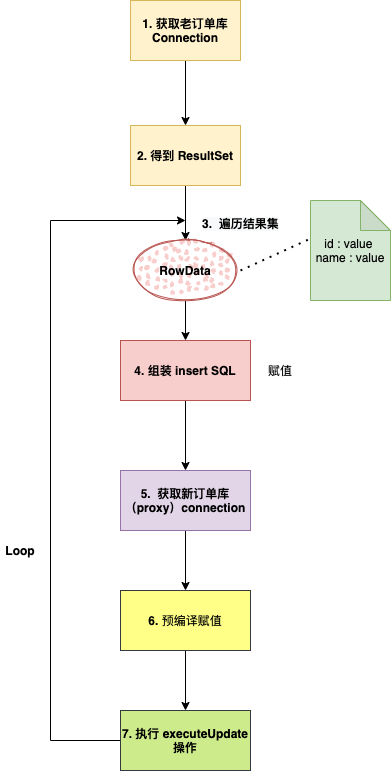
Before: pics/sharding/fullsyncliuchengtu.png, a diagram exported from draw.io (makemyownlife/makemyownlife.github.io). Source tidied: cells renumbered, new cells last; positions are measured from the earlier drawing's top-left corner, leaving out a move shared by most shapes. The source it was exported from:
```xml
<mxGraphModel>
  <root>
    <mxCell id="0" />
    <mxCell id="1" parent="0" />
    <mxCell id="2" style="edgeStyle=orthogonalEdgeStyle;rounded=0;jettySize=auto;html=1;" parent="1" edge="1" source="3" target="5">
      <mxGeometry relative="1" as="geometry" />
    </mxCell>
    <mxCell id="3" value="&lt;b&gt;2. 得到 ResultSet&lt;/b&gt;" style="rounded=0;whiteSpace=wrap;html=1;fillColor=#fff2cc;strokeColor=#d6b656;" parent="1" vertex="1">
      <mxGeometry x="130" y="125" width="110" height="60" as="geometry" />
    </mxCell>
    <mxCell id="4" style="edgeStyle=orthogonalEdgeStyle;rounded=0;jettySize=auto;html=1;" parent="1" edge="1" source="5" target="8">
      <mxGeometry relative="1" as="geometry" />
    </mxCell>
    <mxCell id="5" value="&lt;b&gt;RowData&lt;/b&gt;" style="ellipse;whiteSpace=wrap;html=1;strokeWidth=1;fillWeight=2;hachureGap=8;fillColor=#f8cecc;fillStyle=dots;sketch=1;strokeColor=#b85450;" parent="1" vertex="1">
      <mxGeometry x="135" y="240" width="100" height="60" as="geometry" />
    </mxCell>
    <mxCell id="6" value="&lt;span style=&quot;color: rgb(0 , 0 , 0) ; font-family: &amp;#34;helvetica&amp;#34; ; font-size: 12px ; font-style: normal ; letter-spacing: normal ; text-align: center ; text-indent: 0px ; text-transform: none ; word-spacing: 0px ; background-color: rgb(248 , 249 , 250) ; display: inline ; float: none&quot;&gt;&lt;b&gt;3.&amp;nbsp; 遍历结果集&lt;/b&gt;&lt;/span&gt;" style="text;whiteSpace=wrap;html=1;" parent="1" vertex="1">
      <mxGeometry x="200" y="210" width="110" height="30" as="geometry" />
    </mxCell>
    <mxCell id="7" style="edgeStyle=orthogonalEdgeStyle;rounded=0;jettySize=auto;html=1;entryX=0.5;entryY=0;entryDx=0;entryDy=0;" parent="1" edge="1" source="8" target="15">
      <mxGeometry relative="1" as="geometry" />
    </mxCell>
    <mxCell id="8" value="&lt;b&gt;4. 组装 insert SQL&lt;/b&gt;" style="rounded=0;whiteSpace=wrap;html=1;fillColor=#f8cecc;strokeColor=#b85450;" parent="1" vertex="1">
      <mxGeometry x="120" y="340" width="130" height="60" as="geometry" />
    </mxCell>
    <mxCell id="9" value="赋值" style="text;html=1;strokeColor=none;fillColor=none;align=center;verticalAlign=middle;whiteSpace=wrap;rounded=0;" parent="1" vertex="1">
      <mxGeometry x="260" y="360" width="40" height="20" as="geometry" />
    </mxCell>
    <mxCell id="10" style="edgeStyle=orthogonalEdgeStyle;rounded=0;jettySize=auto;html=1;entryX=0.5;entryY=0;entryDx=0;entryDy=0;" parent="1" edge="1" source="11" target="3">
      <mxGeometry relative="1" as="geometry" />
    </mxCell>
    <mxCell id="11" value="&lt;b&gt;1. 获取老订单库 Connection&lt;/b&gt;" style="rounded=0;whiteSpace=wrap;html=1;fillColor=#fff2cc;strokeColor=#d6b656;" parent="1" vertex="1">
      <mxGeometry x="130" width="110" height="60" as="geometry" />
    </mxCell>
    <mxCell id="12" value="&lt;span&gt;id : value&amp;nbsp;&lt;/span&gt;&lt;br&gt;&lt;span&gt;name : value&lt;/span&gt;" style="shape=note;whiteSpace=wrap;html=1;backgroundOutline=1;darkOpacity=0.05;fillColor=#d5e8d4;strokeColor=#82b366;" parent="1" vertex="1">
      <mxGeometry x="310" y="200" width="80" height="100" as="geometry" />
    </mxCell>
    <mxCell id="13" style="endArrow=none;dashed=1;html=1;dashPattern=1 3;strokeWidth=2;entryX=-0.025;entryY=0.39;entryDx=0;entryDy=0;entryPerimeter=0;" parent="1" edge="1" target="12">
      <mxGeometry relative="1" as="geometry">
        <mxPoint x="240" y="270" as="sourcePoint" />
      </mxGeometry>
    </mxCell>
    <mxCell id="14" style="edgeStyle=orthogonalEdgeStyle;rounded=0;jettySize=auto;html=1;" parent="1" edge="1" source="15" target="17">
      <mxGeometry relative="1" as="geometry" />
    </mxCell>
    <mxCell id="15" value="&lt;b&gt;5.&amp;nbsp; 获取新订单库（proxy）connection&lt;/b&gt;" style="rounded=0;whiteSpace=wrap;html=1;fillColor=#e1d5e7;strokeColor=#9673a6;" parent="1" vertex="1">
      <mxGeometry x="120" y="470" width="130" height="60" as="geometry" />
    </mxCell>
    <mxCell id="16" style="edgeStyle=orthogonalEdgeStyle;rounded=0;jettySize=auto;html=1;entryX=0.5;entryY=0;entryDx=0;entryDy=0;" parent="1" edge="1" source="17" target="19">
      <mxGeometry relative="1" as="geometry" />
    </mxCell>
    <mxCell id="17" value="&lt;b&gt;6.&amp;nbsp;&lt;/b&gt;预编译赋值" style="rounded=0;whiteSpace=wrap;html=1;fillColor=#ffff88;strokeColor=#36393d;" parent="1" vertex="1">
      <mxGeometry x="120" y="590" width="130" height="60" as="geometry" />
    </mxCell>
    <mxCell id="18" style="edgeStyle=orthogonalEdgeStyle;rounded=0;jettySize=auto;html=1;" parent="1" edge="1" source="19">
      <mxGeometry relative="1" as="geometry">
        <mxPoint x="185" y="220" as="targetPoint" />
        <Array as="points">
          <mxPoint x="50" y="740" />
          <mxPoint x="50" y="220" />
        </Array>
      </mxGeometry>
    </mxCell>
    <mxCell id="19" value="&lt;b&gt;7. 执行 executeUpdate操作&lt;/b&gt;" style="rounded=0;whiteSpace=wrap;html=1;fillColor=#cdeb8b;strokeColor=#36393d;" parent="1" vertex="1">
      <mxGeometry x="120" y="710" width="130" height="60" as="geometry" />
    </mxCell>
    <mxCell id="20" value="&lt;b&gt;Loop&lt;/b&gt;" style="text;html=1;strokeColor=none;fillColor=none;align=center;verticalAlign=middle;whiteSpace=wrap;rounded=0;" parent="1" vertex="1">
      <mxGeometry y="540" width="40" height="20" as="geometry" />
    </mxCell>
  </root>
</mxGraphModel>
```
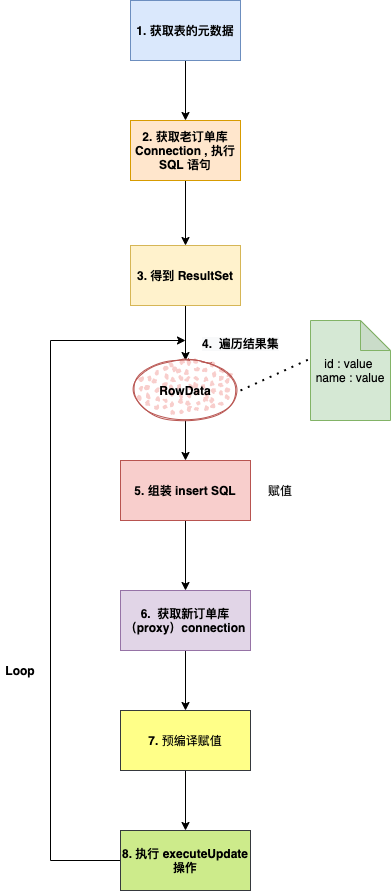
After the commit.

The edit, as a diff of the source:
```diff
@@ -5,7 +5,7 @@
     <mxCell id="2" style="edgeStyle=orthogonalEdgeStyle;rounded=0;jettySize=auto;html=1;" parent="1" edge="1" source="3" target="5">
       <mxGeometry relative="1" as="geometry" />
     </mxCell>
-    <mxCell id="3" value="&lt;b&gt;2. 得到 ResultSet&lt;/b&gt;" style="rounded=0;whiteSpace=wrap;html=1;fillColor=#fff2cc;strokeColor=#d6b656;" parent="1" vertex="1">
+    <mxCell id="3" value="&lt;b&gt;3. 得到 ResultSet&lt;/b&gt;" style="rounded=0;whiteSpace=wrap;html=1;fillColor=#fff2cc;strokeColor=#d6b656;" parent="1" vertex="1">
       <mxGeometry x="130" y="125" width="110" height="60" as="geometry" />
     </mxCell>
     <mxCell id="4" style="edgeStyle=orthogonalEdgeStyle;rounded=0;jettySize=auto;html=1;" parent="1" edge="1" source="5" target="8">
@@ -14,13 +14,13 @@
     <mxCell id="5" value="&lt;b&gt;RowData&lt;/b&gt;" style="ellipse;whiteSpace=wrap;html=1;strokeWidth=1;fillWeight=2;hachureGap=8;fillColor=#f8cecc;fillStyle=dots;sketch=1;strokeColor=#b85450;" parent="1" vertex="1">
       <mxGeometry x="135" y="240" width="100" height="60" as="geometry" />
     </mxCell>
-    <mxCell id="6" value="&lt;span style=&quot;color: rgb(0 , 0 , 0) ; font-family: &amp;#34;helvetica&amp;#34; ; font-size: 12px ; font-style: normal ; letter-spacing: normal ; text-align: center ; text-indent: 0px ; text-transform: none ; word-spacing: 0px ; background-color: rgb(248 , 249 , 250) ; display: inline ; float: none&quot;&gt;&lt;b&gt;3.&amp;nbsp; 遍历结果集&lt;/b&gt;&lt;/span&gt;" style="text;whiteSpace=wrap;html=1;" parent="1" vertex="1">
+    <mxCell id="6" value="&lt;span style=&quot;color: rgb(0 , 0 , 0) ; font-family: &amp;#34;helvetica&amp;#34; ; font-size: 12px ; font-style: normal ; letter-spacing: normal ; text-align: center ; text-indent: 0px ; text-transform: none ; word-spacing: 0px ; background-color: rgb(248 , 249 , 250) ; display: inline ; float: none&quot;&gt;&lt;b&gt;4.&amp;nbsp; 遍历结果集&lt;/b&gt;&lt;/span&gt;" style="text;whiteSpace=wrap;html=1;" parent="1" vertex="1">
       <mxGeometry x="200" y="210" width="110" height="30" as="geometry" />
     </mxCell>
     <mxCell id="7" style="edgeStyle=orthogonalEdgeStyle;rounded=0;jettySize=auto;html=1;entryX=0.5;entryY=0;entryDx=0;entryDy=0;" parent="1" edge="1" source="8" target="15">
       <mxGeometry relative="1" as="geometry" />
     </mxCell>
-    <mxCell id="8" value="&lt;b&gt;4. 组装 insert SQL&lt;/b&gt;" style="rounded=0;whiteSpace=wrap;html=1;fillColor=#f8cecc;strokeColor=#b85450;" parent="1" vertex="1">
+    <mxCell id="8" value="&lt;b&gt;5. 组装 insert SQL&lt;/b&gt;" style="rounded=0;whiteSpace=wrap;html=1;fillColor=#f8cecc;strokeColor=#b85450;" parent="1" vertex="1">
       <mxGeometry x="120" y="340" width="130" height="60" as="geometry" />
     </mxCell>
     <mxCell id="9" value="赋值" style="text;html=1;strokeColor=none;fillColor=none;align=center;verticalAlign=middle;whiteSpace=wrap;rounded=0;" parent="1" vertex="1">
@@ -29,7 +29,7 @@
     <mxCell id="10" style="edgeStyle=orthogonalEdgeStyle;rounded=0;jettySize=auto;html=1;entryX=0.5;entryY=0;entryDx=0;entryDy=0;" parent="1" edge="1" source="11" target="3">
       <mxGeometry relative="1" as="geometry" />
     </mxCell>
-    <mxCell id="11" value="&lt;b&gt;1. 获取老订单库 Connection&lt;/b&gt;" style="rounded=0;whiteSpace=wrap;html=1;fillColor=#fff2cc;strokeColor=#d6b656;" parent="1" vertex="1">
+    <mxCell id="11" value="&lt;b&gt;2. 获取老订单库 Connection , 执行 SQL 语句&lt;/b&gt;" style="rounded=0;whiteSpace=wrap;html=1;fillColor=#ffe6cc;strokeColor=#d79b00;" parent="1" vertex="1">
       <mxGeometry x="130" width="110" height="60" as="geometry" />
     </mxCell>
     <mxCell id="12" value="&lt;span&gt;id : value&amp;nbsp;&lt;/span&gt;&lt;br&gt;&lt;span&gt;name : value&lt;/span&gt;" style="shape=note;whiteSpace=wrap;html=1;backgroundOutline=1;darkOpacity=0.05;fillColor=#d5e8d4;strokeColor=#82b366;" parent="1" vertex="1">
@@ -43,13 +43,13 @@
     <mxCell id="14" style="edgeStyle=orthogonalEdgeStyle;rounded=0;jettySize=auto;html=1;" parent="1" edge="1" source="15" target="17">
       <mxGeometry relative="1" as="geometry" />
     </mxCell>
-    <mxCell id="15" value="&lt;b&gt;5.&amp;nbsp; 获取新订单库（proxy）connection&lt;/b&gt;" style="rounded=0;whiteSpace=wrap;html=1;fillColor=#e1d5e7;strokeColor=#9673a6;" parent="1" vertex="1">
+    <mxCell id="15" value="&lt;b&gt;6.&amp;nbsp; 获取新订单库（proxy）connection&lt;/b&gt;" style="rounded=0;whiteSpace=wrap;html=1;fillColor=#e1d5e7;strokeColor=#9673a6;" parent="1" vertex="1">
       <mxGeometry x="120" y="470" width="130" height="60" as="geometry" />
     </mxCell>
     <mxCell id="16" style="edgeStyle=orthogonalEdgeStyle;rounded=0;jettySize=auto;html=1;entryX=0.5;entryY=0;entryDx=0;entryDy=0;" parent="1" edge="1" source="17" target="19">
       <mxGeometry relative="1" as="geometry" />
     </mxCell>
-    <mxCell id="17" value="&lt;b&gt;6.&amp;nbsp;&lt;/b&gt;预编译赋值" style="rounded=0;whiteSpace=wrap;html=1;fillColor=#ffff88;strokeColor=#36393d;" parent="1" vertex="1">
+    <mxCell id="17" value="&lt;b&gt;7.&amp;nbsp;&lt;/b&gt;预编译赋值" style="rounded=0;whiteSpace=wrap;html=1;fillColor=#ffff88;strokeColor=#36393d;" parent="1" vertex="1">
       <mxGeometry x="120" y="590" width="130" height="60" as="geometry" />
     </mxCell>
     <mxCell id="18" style="edgeStyle=orthogonalEdgeStyle;rounded=0;jettySize=auto;html=1;" parent="1" edge="1" source="19">
@@ -61,11 +61,17 @@
         </Array>
       </mxGeometry>
     </mxCell>
-    <mxCell id="19" value="&lt;b&gt;7. 执行 executeUpdate操作&lt;/b&gt;" style="rounded=0;whiteSpace=wrap;html=1;fillColor=#cdeb8b;strokeColor=#36393d;" parent="1" vertex="1">
+    <mxCell id="19" value="&lt;b&gt;8. 执行 executeUpdate操作&lt;/b&gt;" style="rounded=0;whiteSpace=wrap;html=1;fillColor=#cdeb8b;strokeColor=#36393d;" parent="1" vertex="1">
       <mxGeometry x="120" y="710" width="130" height="60" as="geometry" />
     </mxCell>
     <mxCell id="20" value="&lt;b&gt;Loop&lt;/b&gt;" style="text;html=1;strokeColor=none;fillColor=none;align=center;verticalAlign=middle;whiteSpace=wrap;rounded=0;" parent="1" vertex="1">
       <mxGeometry y="540" width="40" height="20" as="geometry" />
     </mxCell>
+    <mxCell id="21" style="edgeStyle=orthogonalEdgeStyle;rounded=0;jettySize=auto;html=1;entryX=0.5;entryY=0;entryDx=0;entryDy=0;" parent="1" edge="1" source="22" target="11">
+      <mxGeometry relative="1" as="geometry" />
+    </mxCell>
+    <mxCell id="22" value="&lt;b&gt;1. 获取表的元数据&lt;/b&gt;" style="rounded=0;whiteSpace=wrap;html=1;fillColor=#dae8fc;strokeColor=#6c8ebf;" parent="1" vertex="1">
+      <mxGeometry x="130" y="-120" width="110" height="60" as="geometry" />
+    </mxCell>
   </root>
 </mxGraphModel>
```
